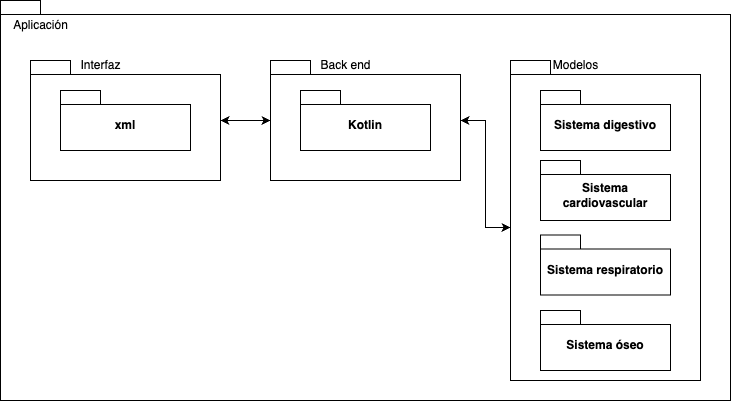
Above: Trabajo-Terminal/Recursos/Diagramas diseño/Diagrama de paquetes.drawio.png in EmmanuelME25/Trabajo-Terminal (draw.io), before the change. Source tidied: cells renumbered, new cells last; positions are measured from the earlier drawing's top-left corner, leaving out a move shared by most shapes.
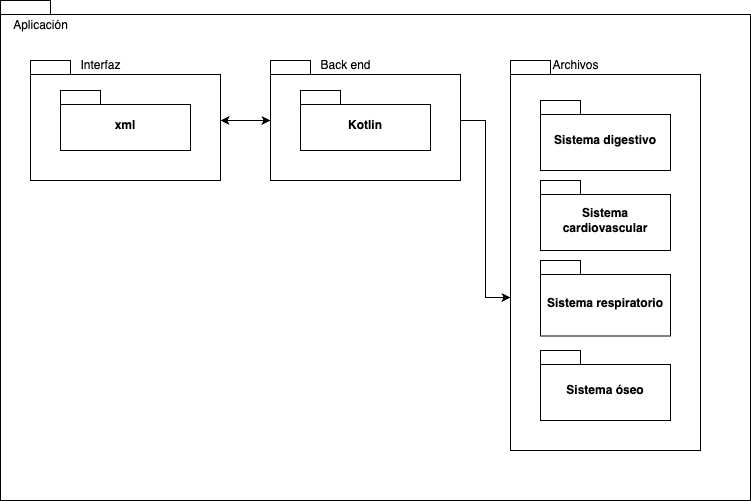
Above is the later version.

What changed in the source:
```diff
@@ -3,7 +3,7 @@
     <mxCell id="0" />
     <mxCell id="1" parent="0" />
     <mxCell id="2" style="shape=folder;fontStyle=1;spacingTop=10;tabWidth=40;tabHeight=14;tabPosition=left;html=1;whiteSpace=wrap;" parent="1" vertex="1">
-      <mxGeometry width="730" height="400" as="geometry" />
+      <mxGeometry width="750" height="500" as="geometry" />
     </mxCell>
     <mxCell id="3" value="Aplicación" style="text;html=1;align=center;verticalAlign=middle;strokeColor=none;fillColor=none;" parent="1" vertex="1">
       <mxGeometry y="10" width="80" height="30" as="geometry" />
@@ -24,9 +24,9 @@
       <mxGeometry x="310" y="50" width="70" height="30" as="geometry" />
     </mxCell>
     <mxCell id="9" style="shape=folder;fontStyle=1;spacingTop=10;tabWidth=40;tabHeight=14;tabPosition=left;html=1;whiteSpace=wrap;" parent="1" vertex="1">
-      <mxGeometry x="510" y="60" width="190" height="320" as="geometry" />
+      <mxGeometry x="510" y="60" width="190" height="390" as="geometry" />
     </mxCell>
-    <mxCell id="10" value="Modelos" style="text;html=1;align=center;verticalAlign=middle;strokeColor=none;fillColor=none;" parent="1" vertex="1">
+    <mxCell id="10" value="Archivos" style="text;html=1;align=center;verticalAlign=middle;strokeColor=none;fillColor=none;" parent="1" vertex="1">
       <mxGeometry x="540" y="50" width="70" height="30" as="geometry" />
     </mxCell>
     <mxCell id="11" value="xml" style="shape=folder;fontStyle=1;spacingTop=10;tabWidth=40;tabHeight=14;tabPosition=left;html=1;whiteSpace=wrap;" parent="1" vertex="1">
@@ -36,18 +36,18 @@
       <mxGeometry x="300" y="90" width="130" height="60" as="geometry" />
     </mxCell>
     <mxCell id="13" value="Sistema digestivo" style="shape=folder;fontStyle=1;spacingTop=10;tabWidth=40;tabHeight=14;tabPosition=left;html=1;whiteSpace=wrap;" parent="1" vertex="1">
-      <mxGeometry x="540" y="90" width="130" height="60" as="geometry" />
+      <mxGeometry x="540" y="100" width="130" height="70" as="geometry" />
     </mxCell>
     <mxCell id="14" value="Sistema cardiovascular" style="shape=folder;fontStyle=1;spacingTop=10;tabWidth=40;tabHeight=14;tabPosition=left;html=1;whiteSpace=wrap;" parent="1" vertex="1">
-      <mxGeometry x="540" y="160" width="130" height="60" as="geometry" />
+      <mxGeometry x="540" y="180" width="130" height="70" as="geometry" />
     </mxCell>
     <mxCell id="15" value="Sistema respiratorio" style="shape=folder;fontStyle=1;spacingTop=10;tabWidth=40;tabHeight=14;tabPosition=left;html=1;whiteSpace=wrap;" parent="1" vertex="1">
-      <mxGeometry x="540" y="234.5" width="130" height="60" as="geometry" />
+      <mxGeometry x="540" y="260" width="130" height="75.5" as="geometry" />
     </mxCell>
     <mxCell id="16" value="Sistema óseo" style="shape=folder;fontStyle=1;spacingTop=10;tabWidth=40;tabHeight=14;tabPosition=left;html=1;whiteSpace=wrap;" parent="1" vertex="1">
-      <mxGeometry x="540" y="310" width="130" height="60" as="geometry" />
+      <mxGeometry x="540" y="350" width="130" height="70" as="geometry" />
     </mxCell>
-    <mxCell id="17" style="edgeStyle=orthogonalEdgeStyle;rounded=0;jettySize=auto;html=1;entryX=0;entryY=0;entryDx=0;entryDy=167;entryPerimeter=0;startArrow=classic;startFill=1;endArrow=classic;endFill=1;" parent="1" edge="1" source="7" target="9">
+    <mxCell id="17" style="edgeStyle=orthogonalEdgeStyle;rounded=0;jettySize=auto;html=1;entryX=0;entryY=0;entryDx=0;entryDy=237;entryPerimeter=0;" parent="1" edge="1" source="7" target="9">
       <mxGeometry relative="1" as="geometry" />
     </mxCell>
   </root>
```
